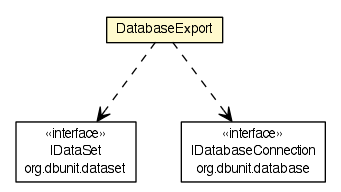
The Graphviz diagram apidocs/org/dayatang/dbunit/DatabaseExport.png in dayatang/dddlib, before a commit. Its source is kept beside it as apidocs/org/dayatang/dbunit/DatabaseExport.dot.
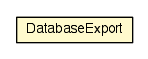
The same diagram one commit later.

Change to the diagram source:
```diff
@@ -4,25 +4,9 @@
 	node [fontname="Helvetica",fontsize=10,shape=plaintext];
 	nodesep=0.25;
 	ranksep=0.5;
-	c37874 [label=<<table title="org.dayatang.dbunit.DatabaseExport" border="0" cellborder="1" cellspacing="0" cellpadding="2" port="p" bgcolor="lemonChiffon" href="./DatabaseExport.html">
+	c37696 [label=<<table title="org.dayatang.dbunit.DatabaseExport" border="0" cellborder="1" cellspacing="0" cellpadding="2" port="p" bgcolor="lemonChiffon" href="./DatabaseExport.html">
 		<tr><td><table border="0" cellspacing="0" cellpadding="1">
 <tr><td align="center" balign="center"> DatabaseExport </td></tr>
 		</table></td></tr>
 		</table>>, URL="./DatabaseExport.html", fontname="Helvetica", fontcolor="black", fontsize=10.0];
-	c37874:p -> c38011:p [taillabel="", label=" "headlabel="", fontname="Helvetica", fontcolor="black", fontsize=10.0, color="black", arrowhead=open, style=dashed];
-	c37874:p -> c38014:p [taillabel="", label=" "headlabel="", fontname="Helvetica", fontcolor="black", fontsize=10.0, color="black", arrowhead=open, style=dashed];
-	c38014 [label=<<table title="org.dbunit.database.IDatabaseConnection" border="0" cellborder="1" cellspacing="0" cellpadding="2" port="p" href="http://java.sun.com/j2se/1.4.2/docs/api/org/dbunit/database/IDatabaseConnection.html">
-		<tr><td><table border="0" cellspacing="0" cellpadding="1">
-<tr><td align="center" balign="center"> &#171;interface&#187; </td></tr>
-<tr><td align="center" balign="center"> IDatabaseConnection </td></tr>
-<tr><td align="center" balign="center"> org.dbunit.database </td></tr>
-		</table></td></tr>
-		</table>>, URL="http://java.sun.com/j2se/1.4.2/docs/api/org/dbunit/database/IDatabaseConnection.html", fontname="Helvetica", fontcolor="black", fontsize=10.0];
-	c38011 [label=<<table title="org.dbunit.dataset.IDataSet" border="0" cellborder="1" cellspacing="0" cellpadding="2" port="p" href="http://java.sun.com/j2se/1.4.2/docs/api/org/dbunit/dataset/IDataSet.html">
-		<tr><td><table border="0" cellspacing="0" cellpadding="1">
-<tr><td align="center" balign="center"> &#171;interface&#187; </td></tr>
-<tr><td align="center" balign="center"> IDataSet </td></tr>
-<tr><td align="center" balign="center"> org.dbunit.dataset </td></tr>
-		</table></td></tr>
-		</table>>, URL="http://java.sun.com/j2se/1.4.2/docs/api/org/dbunit/dataset/IDataSet.html", fontname="Helvetica", fontcolor="black", fontsize=10.0];
 }
```
